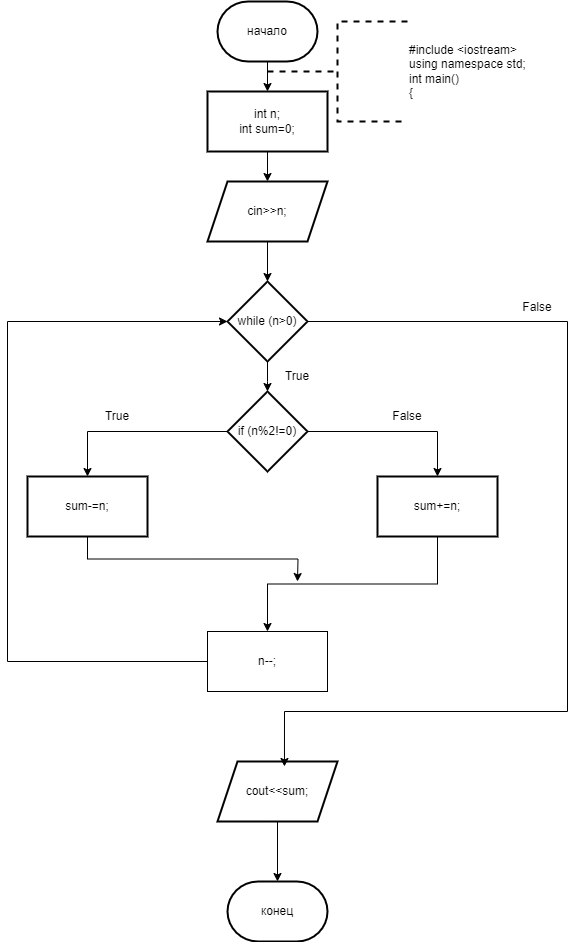
Before: 2_16.drawio (1).png, a diagram exported from draw.io (ksinph/PSTU_LABS_2023). Source tidied: cells renumbered, new cells last; positions are measured from the earlier drawing's top-left corner, leaving out a move shared by most shapes.
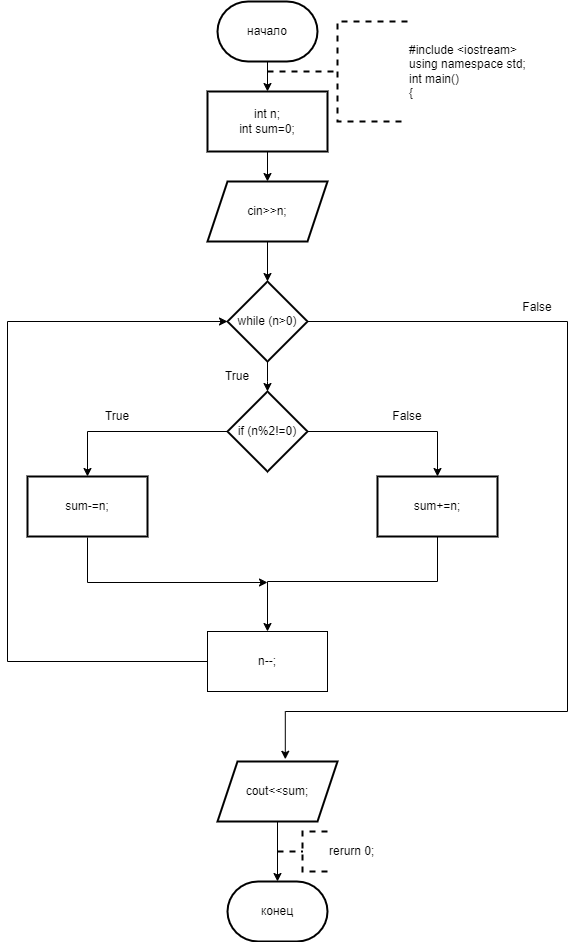
The same file after the commit.

Diff of the diagram source:
```diff
@@ -37,16 +37,25 @@
     <mxCell id="12" value="if (n%2!=0)" style="rhombus;whiteSpace=wrap;html=1;strokeWidth=2;" parent="1" vertex="1">
       <mxGeometry x="220" y="390" width="80" height="80" as="geometry" />
     </mxCell>
-    <mxCell id="13" style="edgeStyle=orthogonalEdgeStyle;rounded=0;jettySize=auto;html=1;exitX=0.5;exitY=1;exitDx=0;exitDy=0;" parent="1" edge="1" source="14">
-      <mxGeometry relative="1" as="geometry">
-        <mxPoint x="290" y="580" as="targetPoint" />
-      </mxGeometry>
-    </mxCell>
+    <mxCell id="28" style="edgeStyle=orthogonalEdgeStyle;rounded=0;orthogonalLoop=1;jettySize=auto;html=1;exitX=0.5;exitY=1;exitDx=0;exitDy=0;" parent="1" edge="1">
+      <mxGeometry relative="1" as="geometry">
+        <mxPoint x="80" y="536" as="sourcePoint" />
+        <mxPoint x="260" y="581" as="targetPoint" />
+        <Array as="points">
+          <mxPoint x="80" y="581" />
+        </Array>
+      </mxGeometry>
+    </mxCell>
     <mxCell id="14" value="sum-=n;" style="whiteSpace=wrap;html=1;strokeWidth=2;" parent="1" vertex="1">
       <mxGeometry x="20" y="475" width="120" height="60" as="geometry" />
     </mxCell>
     <mxCell id="15" style="edgeStyle=orthogonalEdgeStyle;rounded=0;jettySize=auto;html=1;exitX=0.5;exitY=1;exitDx=0;exitDy=0;entryX=0.5;entryY=0;entryDx=0;entryDy=0;" parent="1" edge="1" source="16" target="24">
-      <mxGeometry relative="1" as="geometry" />
+      <mxGeometry relative="1" as="geometry">
+        <Array as="points">
+          <mxPoint x="430" y="580" />
+          <mxPoint x="260" y="580" />
+        </Array>
+      </mxGeometry>
     </mxCell>
     <mxCell id="16" value="sum+=n;" style="whiteSpace=wrap;html=1;strokeWidth=2;" parent="1" vertex="1">
       <mxGeometry x="370" y="475" width="120" height="60" as="geometry" />
@@ -80,12 +89,12 @@
     <mxCell id="24" value="n--;" style="rounded=0;whiteSpace=wrap;html=1;" parent="1" vertex="1">
       <mxGeometry x="200" y="630" width="120" height="60" as="geometry" />
     </mxCell>
-    <mxCell id="25" style="edgeStyle=orthogonalEdgeStyle;rounded=0;jettySize=auto;html=1;exitX=1;exitY=0.5;exitDx=0;exitDy=0;entryX=0.558;entryY=0.083;entryDx=0;entryDy=0;entryPerimeter=0;" parent="1" edge="1" source="9" target="17">
+    <mxCell id="25" style="edgeStyle=orthogonalEdgeStyle;rounded=0;jettySize=auto;html=1;exitX=1;exitY=0.5;exitDx=0;exitDy=0;entryX=0.565;entryY=-0.037;entryDx=0;entryDy=0;entryPerimeter=0;" parent="1" edge="1" source="9" target="17">
       <mxGeometry relative="1" as="geometry">
         <Array as="points">
           <mxPoint x="560" y="320" />
           <mxPoint x="560" y="710" />
-          <mxPoint x="277" y="710" />
+          <mxPoint x="278" y="710" />
         </Array>
       </mxGeometry>
     </mxCell>
@@ -93,7 +102,10 @@
       <mxGeometry x="500" y="291" width="60" height="30" as="geometry" />
     </mxCell>
     <mxCell id="27" value="True" style="text;html=1;strokeColor=none;fillColor=none;align=center;verticalAlign=middle;whiteSpace=wrap;rounded=0;" parent="1" vertex="1">
-      <mxGeometry x="260" y="360" width="60" height="30" as="geometry" />
+      <mxGeometry x="200" y="360" width="60" height="30" as="geometry" />
     </mxCell>
+    <mxCell id="29" value="rerurn 0;" style="strokeWidth=2;html=1;shape=mxgraph.flowchart.annotation_2;align=left;labelPosition=right;dashed=1;" parent="1" vertex="1">
+      <mxGeometry x="270" y="830" width="50" height="40" as="geometry" />
+    </mxCell>
   </root>
 </mxGraphModel>
```
